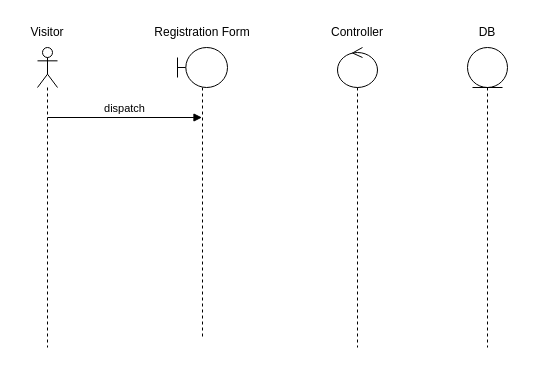
This is uml diagram/createAccount_sequence.drawio from rayenbenyoussef/Jci_Manager, a draw.io file, before an edit. Source tidied: cells renumbered, new cells numbered last; positions are measured from the earlier drawing's top-left corner, leaving out a move shared by most shapes. Both pictures are drawn from the tidied source at 100%, with x=0, y=0 at pixel (17, 17).
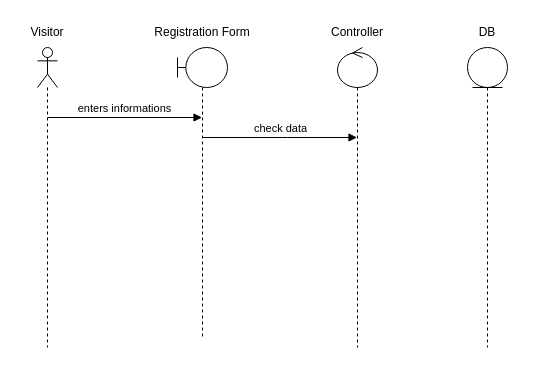
The same page after the edit.

The edit, as a diff of the source:
```diff
@@
 <mxGraphModel>
   <root>
     <mxCell id="0" />
     <mxCell id="1" parent="0" />
     <mxCell id="2" style="shape=umlLifeline;perimeter=lifelinePerimeter;whiteSpace=wrap;html=1;newEdgeStyle={&quot;curved&quot;:0,&quot;rounded&quot;:0};participant=umlActor;" parent="1" vertex="1">
       <mxGeometry x="20" y="30" width="20" height="300" as="geometry" />
     </mxCell>
     <mxCell id="3" value="Visitor" style="text;html=1;whiteSpace=wrap;strokeColor=none;fillColor=none;align=center;verticalAlign=middle;rounded=0;" parent="1" vertex="1">
       <mxGeometry width="60" height="30" as="geometry" />
     </mxCell>
     <mxCell id="4" style="group;" parent="1" vertex="1">
       <mxGeometry x="285" width="110" height="330" as="geometry" />
     </mxCell>
     <mxCell id="5" style="shape=umlLifeline;perimeter=lifelinePerimeter;whiteSpace=wrap;html=1;outlineConnect=0;portConstraint=eastwest;newEdgeStyle={&quot;curved&quot;:0,&quot;rounded&quot;:0};participant=umlControl;" parent="4" vertex="1">
       <mxGeometry x="35" y="30" width="40" height="300" as="geometry" />
     </mxCell>
     <mxCell id="6" value="Controller" style="text;html=1;whiteSpace=wrap;strokeColor=none;fillColor=none;align=center;verticalAlign=middle;rounded=0;" parent="4" vertex="1">
       <mxGeometry width="110" height="30" as="geometry" />
     </mxCell>
     <mxCell id="7" style="group;" parent="1" vertex="1">
       <mxGeometry x="130" width="110" height="320" as="geometry" />
     </mxCell>
     <mxCell id="8" style="shape=umlLifeline;perimeter=lifelinePerimeter;whiteSpace=wrap;html=1;outlineConnect=0;portConstraint=eastwest;newEdgeStyle={&quot;curved&quot;:0,&quot;rounded&quot;:0};participant=umlBoundary;" parent="7" vertex="1">
       <mxGeometry x="30" y="30" width="50" height="290" as="geometry" />
     </mxCell>
     <mxCell id="9" value="Registration Form" style="text;html=1;whiteSpace=wrap;strokeColor=none;fillColor=none;align=center;verticalAlign=middle;rounded=0;" parent="7" vertex="1">
       <mxGeometry width="110" height="30" as="geometry" />
     </mxCell>
     <mxCell id="10" style="group;" parent="1" vertex="1">
       <mxGeometry x="415" width="110" height="330" as="geometry" />
     </mxCell>
     <mxCell id="11" style="shape=umlLifeline;perimeter=lifelinePerimeter;whiteSpace=wrap;html=1;newEdgeStyle={&quot;curved&quot;:0,&quot;rounded&quot;:0};participant=umlEntity;" parent="10" vertex="1">
       <mxGeometry x="35" y="30" width="40" height="300" as="geometry" />
     </mxCell>
     <mxCell id="12" value="DB" style="text;html=1;whiteSpace=wrap;strokeColor=none;fillColor=none;align=center;verticalAlign=middle;rounded=0;" parent="10" vertex="1">
       <mxGeometry width="110" height="30" as="geometry" />
     </mxCell>
-    <mxCell id="13" value="dispatch" style="html=1;verticalAlign=bottom;endArrow=block;curved=0;rounded=0;" parent="1" edge="1" target="8">
+    <mxCell id="13" value="enters informations" style="html=1;verticalAlign=bottom;endArrow=block;curved=0;rounded=0;" parent="1" edge="1" target="8">
       <mxGeometry relative="1" as="geometry">
         <mxPoint x="30" y="100" as="sourcePoint" />
       </mxGeometry>
     </mxCell>
+    <mxCell id="14" value="check data" style="html=1;verticalAlign=bottom;endArrow=block;curved=0;rounded=0;" parent="1" edge="1" source="8" target="5">
+      <mxGeometry relative="1" as="geometry">
+        <Array as="points">
+          <mxPoint x="270" y="120" />
+        </Array>
+      </mxGeometry>
+    </mxCell>
   </root>
 </mxGraphModel>
```
